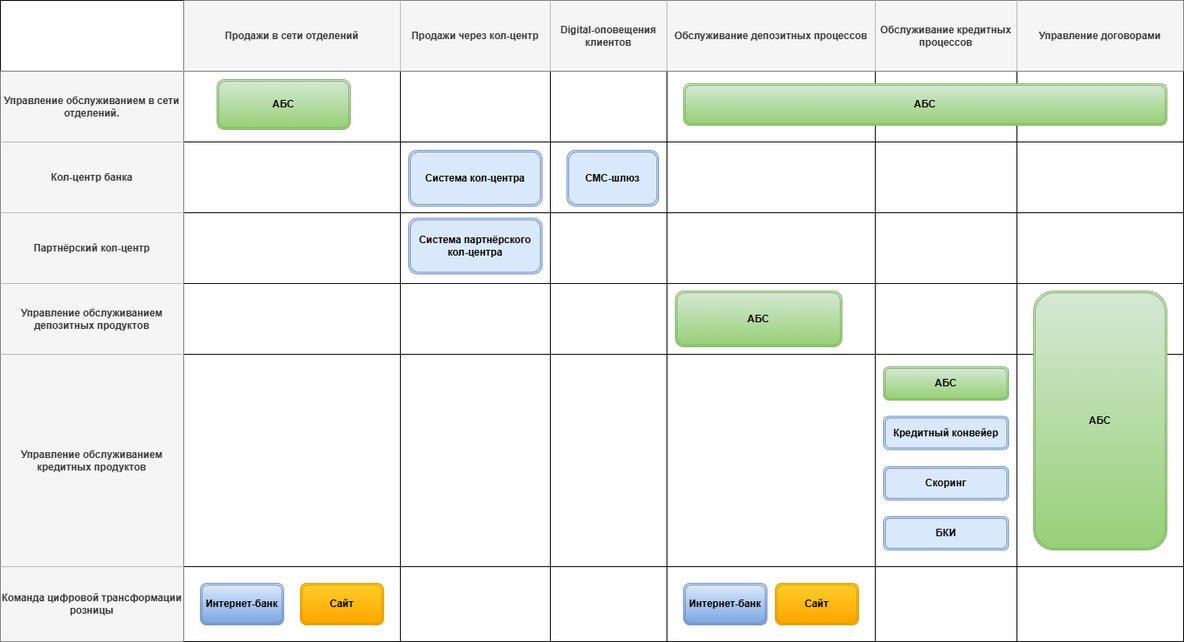
volodin33/architecture-pro-standart keeps this draw.io diagram as Task1/Ландшафт.png. Above is the earlier version. Source tidied: cells renumbered, new cells last; positions are measured from the earlier drawing's top-left corner, leaving out a move shared by most shapes.
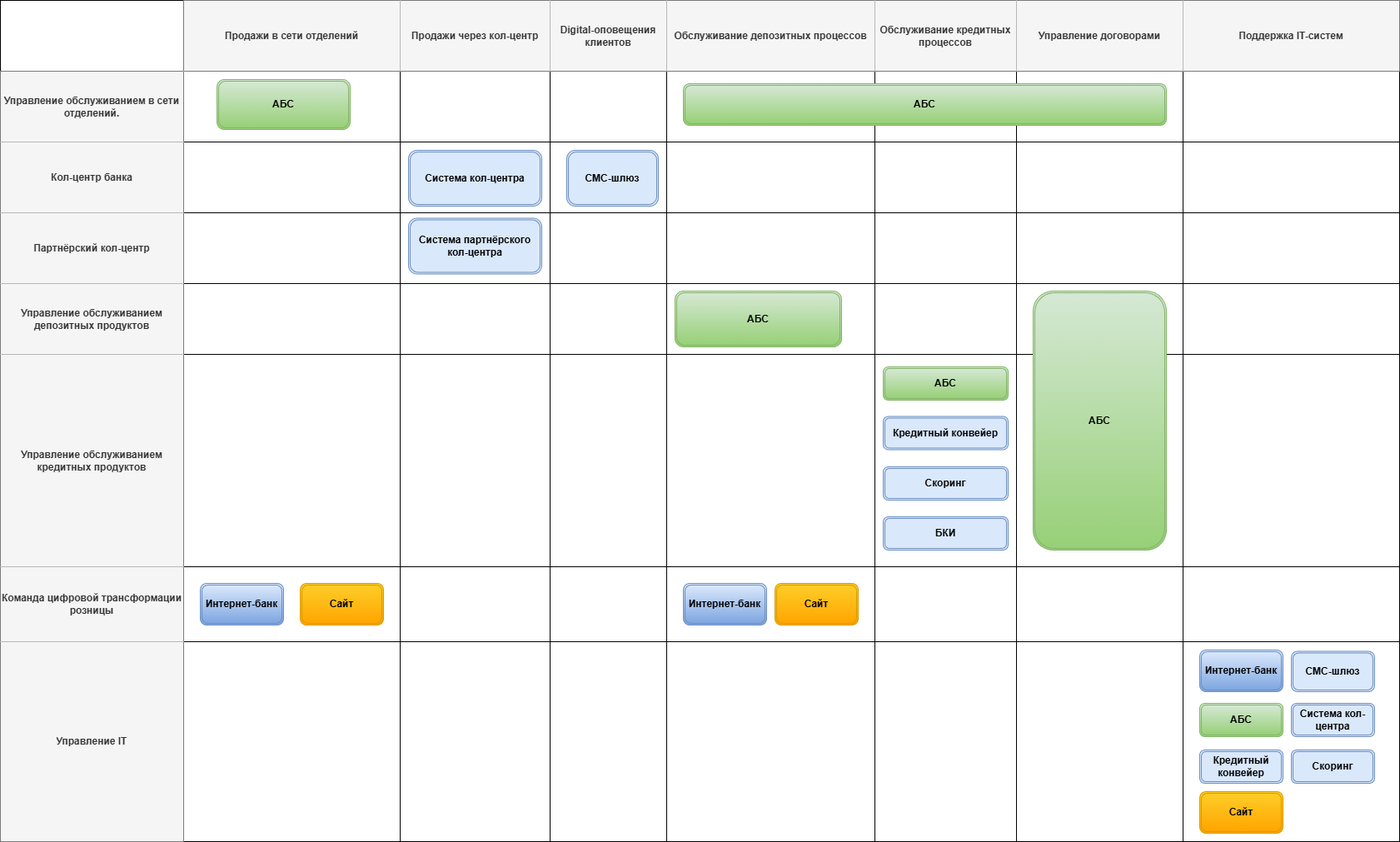
Above is the later version.

Change to the diagram source:
```diff
@@ -3,10 +3,10 @@
     <mxCell id="0" style="html=1;" />
     <mxCell id="1" style="html=1;" parent="0" />
     <mxCell id="2" style="shape=table;startSize=0;" parent="1" vertex="1">
-      <mxGeometry width="1420" height="770" as="geometry" />
+      <mxGeometry width="1680" height="1010" as="geometry" />
     </mxCell>
     <mxCell id="3" style="shape=tableRow;horizontal=0;startSize=0;swimlaneHead=0;swimlaneBody=0;strokeColor=inherit;top=0;left=0;bottom=0;right=0;fillColor=none;" parent="2" vertex="1">
-      <mxGeometry width="1420" height="85" as="geometry" />
+      <mxGeometry width="1680" height="85" as="geometry" />
     </mxCell>
     <mxCell id="4" style="shape=partialRectangle;html=1;whiteSpace=wrap;strokeColor=inherit;overflow=hidden;fillColor=none;top=0;left=0;bottom=0;right=0;" parent="3" vertex="1">
       <mxGeometry width="220" height="85" as="geometry" />
@@ -29,8 +29,11 @@
     <mxCell id="10" value="Управление договорами" style="shape=partialRectangle;html=1;whiteSpace=wrap;strokeColor=#666666;overflow=hidden;fillColor=#f5f5f5;top=0;left=0;bottom=0;right=0;fontStyle=1;fontColor=#333333;" parent="3" vertex="1">
       <mxGeometry x="1220" width="200" height="85" as="geometry" />
     </mxCell>
+    <mxCell id="74" value="Поддержка IT-систем" style="shape=partialRectangle;html=1;whiteSpace=wrap;strokeColor=#666666;overflow=hidden;fillColor=#f5f5f5;top=0;left=0;bottom=0;right=0;fontStyle=1;fontColor=#333333;" parent="3" vertex="1">
+      <mxGeometry x="1420" width="260" height="85" as="geometry" />
+    </mxCell>
     <mxCell id="11" style="shape=tableRow;horizontal=0;startSize=0;swimlaneHead=0;swimlaneBody=0;strokeColor=inherit;top=0;left=0;bottom=0;right=0;fillColor=none;" parent="2" vertex="1">
-      <mxGeometry y="85" width="1420" height="85" as="geometry" />
+      <mxGeometry y="85" width="1680" height="85" as="geometry" />
     </mxCell>
     <mxCell id="12" value="&lt;span&gt;Управление обслуживанием в сети отделений.&lt;/span&gt;" style="shape=partialRectangle;html=1;whiteSpace=wrap;strokeColor=#666666;overflow=hidden;fillColor=#f5f5f5;top=0;left=0;bottom=0;right=0;verticalAlign=middle;labelPosition=center;verticalLabelPosition=middle;align=center;fontStyle=1;labelBackgroundColor=none;fontColor=#333333;" parent="11" vertex="1">
       <mxGeometry width="220" height="85" as="geometry" />
@@ -53,8 +56,11 @@
     <mxCell id="18" style="shape=partialRectangle;html=1;whiteSpace=wrap;strokeColor=inherit;overflow=hidden;fillColor=none;top=0;left=0;bottom=0;right=0;" parent="11" vertex="1">
       <mxGeometry x="1220" width="200" height="85" as="geometry" />
     </mxCell>
+    <mxCell id="75" style="shape=partialRectangle;html=1;whiteSpace=wrap;strokeColor=inherit;overflow=hidden;fillColor=none;top=0;left=0;bottom=0;right=0;" parent="11" vertex="1">
+      <mxGeometry x="1420" width="260" height="85" as="geometry" />
+    </mxCell>
     <mxCell id="19" style="shape=tableRow;horizontal=0;startSize=0;swimlaneHead=0;swimlaneBody=0;strokeColor=inherit;top=0;left=0;bottom=0;right=0;fillColor=none;" parent="2" vertex="1">
-      <mxGeometry y="170" width="1420" height="85" as="geometry" />
+      <mxGeometry y="170" width="1680" height="85" as="geometry" />
     </mxCell>
     <mxCell id="20" value="Кол-центр банка" style="shape=partialRectangle;html=1;whiteSpace=wrap;strokeColor=#666666;overflow=hidden;fillColor=#f5f5f5;top=0;left=0;bottom=0;right=0;fontStyle=1;labelBackgroundColor=none;fontColor=#333333;" parent="19" vertex="1">
       <mxGeometry width="220" height="85" as="geometry" />
@@ -77,8 +83,11 @@
     <mxCell id="26" style="shape=partialRectangle;html=1;whiteSpace=wrap;strokeColor=inherit;overflow=hidden;fillColor=none;top=0;left=0;bottom=0;right=0;" parent="19" vertex="1">
       <mxGeometry x="1220" width="200" height="85" as="geometry" />
     </mxCell>
+    <mxCell id="76" style="shape=partialRectangle;html=1;whiteSpace=wrap;strokeColor=inherit;overflow=hidden;fillColor=none;top=0;left=0;bottom=0;right=0;" parent="19" vertex="1">
+      <mxGeometry x="1420" width="260" height="85" as="geometry" />
+    </mxCell>
     <mxCell id="27" style="shape=tableRow;horizontal=0;startSize=0;swimlaneHead=0;swimlaneBody=0;strokeColor=inherit;top=0;left=0;bottom=0;right=0;fillColor=none;" parent="2" vertex="1">
-      <mxGeometry y="255" width="1420" height="85" as="geometry" />
+      <mxGeometry y="255" width="1680" height="85" as="geometry" />
     </mxCell>
     <mxCell id="28" value="Партнёрский кол-центр" style="shape=partialRectangle;html=1;whiteSpace=wrap;strokeColor=#666666;overflow=hidden;fillColor=#f5f5f5;top=0;left=0;bottom=0;right=0;fontStyle=1;labelBackgroundColor=none;fontColor=#333333;" parent="27" vertex="1">
       <mxGeometry width="220" height="85" as="geometry" />
@@ -101,8 +110,11 @@
     <mxCell id="34" style="shape=partialRectangle;html=1;whiteSpace=wrap;strokeColor=inherit;overflow=hidden;fillColor=none;top=0;left=0;bottom=0;right=0;" parent="27" vertex="1">
       <mxGeometry x="1220" width="200" height="85" as="geometry" />
     </mxCell>
+    <mxCell id="77" style="shape=partialRectangle;html=1;whiteSpace=wrap;strokeColor=inherit;overflow=hidden;fillColor=none;top=0;left=0;bottom=0;right=0;" parent="27" vertex="1">
+      <mxGeometry x="1420" width="260" height="85" as="geometry" />
+    </mxCell>
     <mxCell id="35" style="shape=tableRow;horizontal=0;startSize=0;swimlaneHead=0;swimlaneBody=0;strokeColor=inherit;top=0;left=0;bottom=0;right=0;fillColor=none;" parent="2" vertex="1">
-      <mxGeometry y="340" width="1420" height="85" as="geometry" />
+      <mxGeometry y="340" width="1680" height="85" as="geometry" />
     </mxCell>
     <mxCell id="36" value="Управление обслуживанием депозитных продуктов" style="shape=partialRectangle;html=1;whiteSpace=wrap;strokeColor=#666666;overflow=hidden;fillColor=#f5f5f5;top=0;left=0;bottom=0;right=0;fontStyle=1;labelBackgroundColor=none;fontColor=#333333;" parent="35" vertex="1">
       <mxGeometry width="220" height="85" as="geometry" />
@@ -125,8 +137,11 @@
     <mxCell id="42" style="shape=partialRectangle;html=1;whiteSpace=wrap;strokeColor=inherit;overflow=hidden;fillColor=none;top=0;left=0;bottom=0;right=0;" parent="35" vertex="1">
       <mxGeometry x="1220" width="200" height="85" as="geometry" />
     </mxCell>
+    <mxCell id="78" style="shape=partialRectangle;html=1;whiteSpace=wrap;strokeColor=inherit;overflow=hidden;fillColor=none;top=0;left=0;bottom=0;right=0;" parent="35" vertex="1">
+      <mxGeometry x="1420" width="260" height="85" as="geometry" />
+    </mxCell>
     <mxCell id="43" style="shape=tableRow;horizontal=0;startSize=0;swimlaneHead=0;swimlaneBody=0;strokeColor=inherit;top=0;left=0;bottom=0;right=0;fillColor=none;fontColor=none;noLabel=1;" parent="2" vertex="1">
-      <mxGeometry y="425" width="1420" height="255" as="geometry" />
+      <mxGeometry y="425" width="1680" height="255" as="geometry" />
     </mxCell>
     <mxCell id="44" value="&lt;span&gt;Управление обслуживанием кредитных продуктов&lt;/span&gt;" style="shape=partialRectangle;html=1;whiteSpace=wrap;strokeColor=#666666;overflow=hidden;fillColor=#f5f5f5;top=0;left=0;bottom=0;right=0;fontStyle=1;labelBackgroundColor=none;fontColor=#333333;" parent="43" vertex="1">
       <mxGeometry width="220" height="255" as="geometry" />
@@ -149,8 +164,11 @@
     <mxCell id="50" style="shape=partialRectangle;html=1;whiteSpace=wrap;strokeColor=inherit;overflow=hidden;fillColor=none;top=0;left=0;bottom=0;right=0;" parent="43" vertex="1">
       <mxGeometry x="1220" width="200" height="255" as="geometry" />
     </mxCell>
+    <mxCell id="79" style="shape=partialRectangle;html=1;whiteSpace=wrap;strokeColor=inherit;overflow=hidden;fillColor=none;top=0;left=0;bottom=0;right=0;" parent="43" vertex="1">
+      <mxGeometry x="1420" width="260" height="255" as="geometry" />
+    </mxCell>
     <mxCell id="51" style="shape=tableRow;horizontal=0;startSize=0;swimlaneHead=0;swimlaneBody=0;strokeColor=inherit;top=0;left=0;bottom=0;right=0;fillColor=none;" parent="2" vertex="1">
-      <mxGeometry y="680" width="1420" height="90" as="geometry" />
+      <mxGeometry y="680" width="1680" height="90" as="geometry" />
     </mxCell>
     <mxCell id="52" value="Команда цифровой трансформации розницы" style="shape=partialRectangle;html=1;whiteSpace=wrap;strokeColor=#666666;overflow=hidden;fillColor=#f5f5f5;top=0;left=0;bottom=0;right=0;fontStyle=1;labelBackgroundColor=none;fontColor=#333333;" parent="51" vertex="1">
       <mxGeometry width="220" height="90" as="geometry" />
@@ -173,6 +191,36 @@
     <mxCell id="58" style="shape=partialRectangle;html=1;whiteSpace=wrap;strokeColor=inherit;overflow=hidden;fillColor=none;top=0;left=0;bottom=0;right=0;" parent="51" vertex="1">
       <mxGeometry x="1220" width="200" height="90" as="geometry" />
     </mxCell>
+    <mxCell id="80" style="shape=partialRectangle;html=1;whiteSpace=wrap;strokeColor=inherit;overflow=hidden;fillColor=none;top=0;left=0;bottom=0;right=0;" parent="51" vertex="1">
+      <mxGeometry x="1420" width="260" height="90" as="geometry" />
+    </mxCell>
+    <mxCell id="81" style="shape=tableRow;horizontal=0;startSize=0;swimlaneHead=0;swimlaneBody=0;strokeColor=inherit;top=0;left=0;bottom=0;right=0;fillColor=none;" parent="2" vertex="1">
+      <mxGeometry y="770" width="1680" height="240" as="geometry" />
+    </mxCell>
+    <mxCell id="82" value="Управление IT" style="shape=partialRectangle;html=1;whiteSpace=wrap;strokeColor=#666666;overflow=hidden;fillColor=#f5f5f5;top=0;left=0;bottom=0;right=0;fontStyle=1;labelBackgroundColor=none;fontColor=#333333;" parent="81" vertex="1">
+      <mxGeometry width="220" height="240" as="geometry" />
+    </mxCell>
+    <mxCell id="83" style="shape=partialRectangle;html=1;whiteSpace=wrap;strokeColor=inherit;overflow=hidden;fillColor=none;top=0;left=0;bottom=0;right=0;" parent="81" vertex="1">
+      <mxGeometry x="220" width="260" height="240" as="geometry" />
+    </mxCell>
+    <mxCell id="84" style="shape=partialRectangle;html=1;whiteSpace=wrap;strokeColor=inherit;overflow=hidden;fillColor=none;top=0;left=0;bottom=0;right=0;" parent="81" vertex="1">
+      <mxGeometry x="480" width="180" height="240" as="geometry" />
+    </mxCell>
+    <mxCell id="85" style="shape=partialRectangle;html=1;whiteSpace=wrap;strokeColor=inherit;overflow=hidden;fillColor=none;top=0;left=0;bottom=0;right=0;" parent="81" vertex="1">
+      <mxGeometry x="660" width="140" height="240" as="geometry" />
+    </mxCell>
+    <mxCell id="86" style="shape=partialRectangle;html=1;whiteSpace=wrap;strokeColor=inherit;overflow=hidden;fillColor=none;top=0;left=0;bottom=0;right=0;" parent="81" vertex="1">
+      <mxGeometry x="800" width="250" height="240" as="geometry" />
+    </mxCell>
+    <mxCell id="87" style="shape=partialRectangle;html=1;whiteSpace=wrap;strokeColor=inherit;overflow=hidden;fillColor=none;top=0;left=0;bottom=0;right=0;" parent="81" vertex="1">
+      <mxGeometry x="1050" width="170" height="240" as="geometry" />
+    </mxCell>
+    <mxCell id="88" style="shape=partialRectangle;html=1;whiteSpace=wrap;strokeColor=inherit;overflow=hidden;fillColor=none;top=0;left=0;bottom=0;right=0;" parent="81" vertex="1">
+      <mxGeometry x="1220" width="200" height="240" as="geometry" />
+    </mxCell>
+    <mxCell id="89" style="shape=partialRectangle;html=1;whiteSpace=wrap;strokeColor=inherit;overflow=hidden;fillColor=none;top=0;left=0;bottom=0;right=0;" parent="81" vertex="1">
+      <mxGeometry x="1420" width="260" height="240" as="geometry" />
+    </mxCell>
     <mxCell id="59" value="АБС" style="shape=ext;double=1;rounded=1;whiteSpace=wrap;html=1;fillColor=#d5e8d4;strokeColor=#82b366;fontStyle=1;gradientColor=#97d077;" parent="1" vertex="1">
       <mxGeometry x="820" y="100" width="580" height="50" as="geometry" />
     </mxCell>
@@ -218,5 +266,26 @@
     <mxCell id="73" value=" БКИ" style="shape=ext;double=1;rounded=1;whiteSpace=wrap;html=1;fillColor=#dae8fc;strokeColor=#6c8ebf;fontStyle=1;" parent="1" vertex="1">
       <mxGeometry x="1060" y="620" width="150" height="40" as="geometry" />
     </mxCell>
+    <mxCell id="90" value="Интернет-банк" style="shape=ext;double=1;rounded=1;whiteSpace=wrap;html=1;fillColor=#dae8fc;strokeColor=#6c8ebf;fontStyle=1;gradientColor=#7ea6e0;" parent="1" vertex="1">
+      <mxGeometry x="1440" y="780" width="100" height="50" as="geometry" />
+    </mxCell>
+    <mxCell id="91" value="АБС" style="shape=ext;double=1;rounded=1;whiteSpace=wrap;html=1;fillColor=#d5e8d4;strokeColor=#82b366;fontStyle=1;gradientColor=#97d077;" parent="1" vertex="1">
+      <mxGeometry x="1440" y="844" width="100" height="40" as="geometry" />
+    </mxCell>
+    <mxCell id="92" value="СМС-шлюз" style="shape=ext;double=1;rounded=1;whiteSpace=wrap;html=1;fillColor=#dae8fc;strokeColor=#6c8ebf;fontStyle=1;" parent="1" vertex="1">
+      <mxGeometry x="1550" y="781.5" width="100" height="48.5" as="geometry" />
+    </mxCell>
+    <mxCell id="93" value=" Кредитный конвейер" style="shape=ext;double=1;rounded=1;whiteSpace=wrap;html=1;fillColor=#dae8fc;strokeColor=#6c8ebf;fontStyle=1;" parent="1" vertex="1">
+      <mxGeometry x="1440" y="900" width="100" height="40" as="geometry" />
+    </mxCell>
+    <mxCell id="94" value=" Скоринг" style="shape=ext;double=1;rounded=1;whiteSpace=wrap;html=1;fillColor=#dae8fc;strokeColor=#6c8ebf;fontStyle=1;" parent="1" vertex="1">
+      <mxGeometry x="1550" y="900" width="100" height="40" as="geometry" />
+    </mxCell>
+    <mxCell id="95" value="Система кол-центра" style="shape=ext;double=1;rounded=1;whiteSpace=wrap;html=1;fillColor=#dae8fc;strokeColor=#6c8ebf;fontStyle=1;" parent="1" vertex="1">
+      <mxGeometry x="1550" y="844" width="100" height="40" as="geometry" />
+    </mxCell>
+    <mxCell id="96" value="Сайт" style="shape=ext;double=1;rounded=1;whiteSpace=wrap;html=1;fillColor=#ffcd28;strokeColor=#d79b00;fontStyle=1;gradientColor=#ffa500;" parent="1" vertex="1">
+      <mxGeometry x="1440" y="950" width="100" height="50" as="geometry" />
+    </mxCell>
   </root>
 </mxGraphModel>
```
